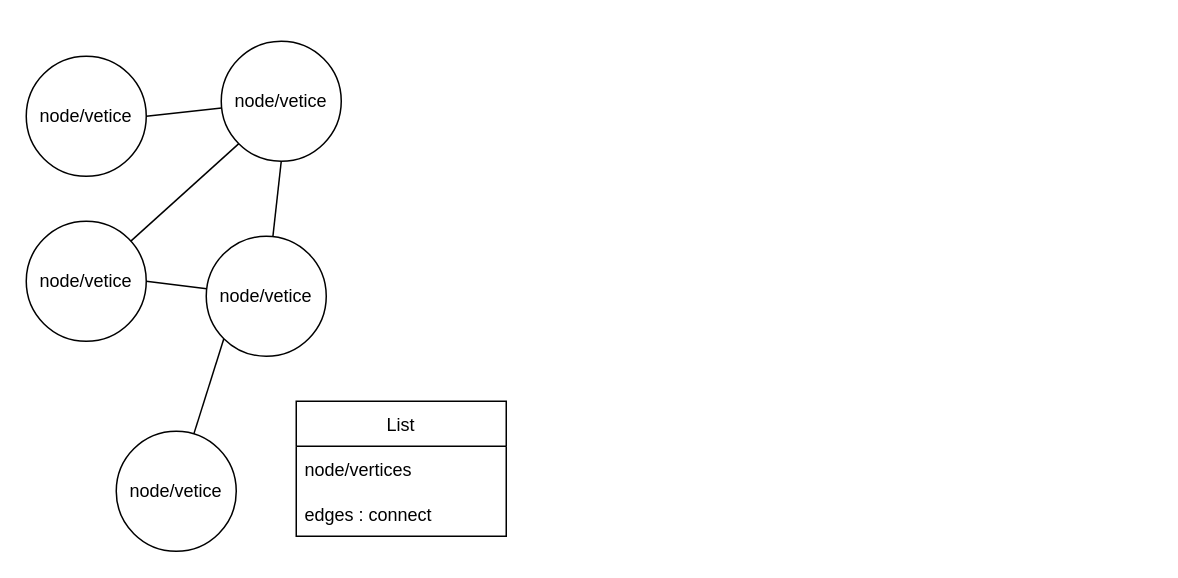
The draw.io diagram concepts/graph/zgraph.dio in owl-birds/ds-algorithm, before the edit. Source tidied: cells renumbered, new cells numbered last; positions are measured from the earlier drawing's top-left corner, leaving out a move shared by most shapes. Both pictures are drawn from the tidied source at 150%, with x=0, y=0 at pixel (26, 40).
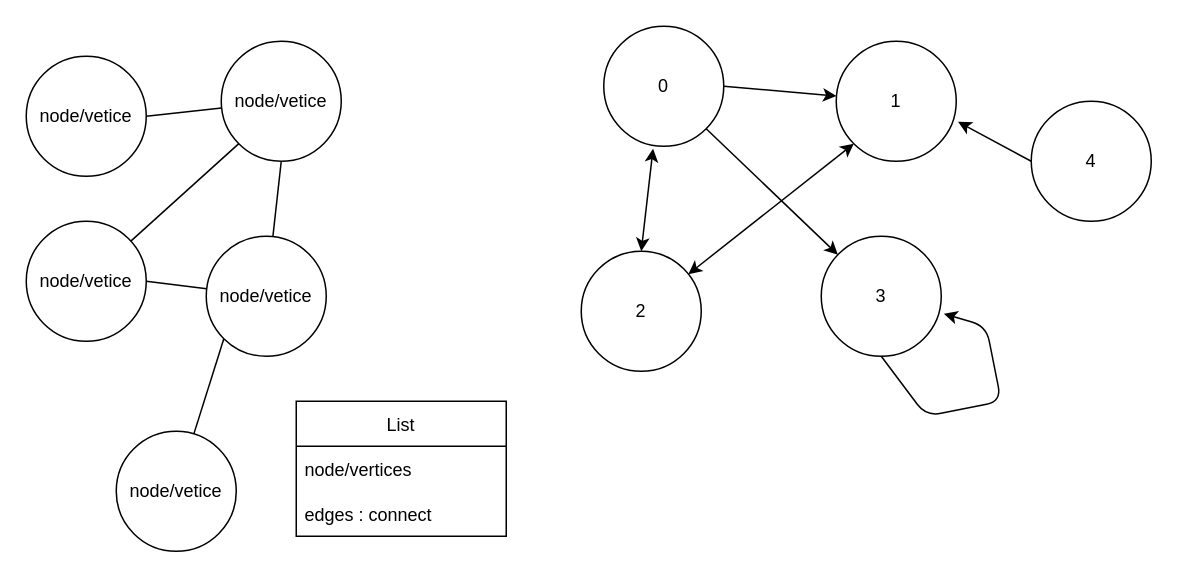
Above is the later version.

Change to the diagram source:
```diff
@@
+    <mxCell id="16" style="edgeStyle=none;html=1;exitX=1;exitY=0.5;exitDx=0;exitDy=0;startArrow=none;startFill=0;" parent="1" edge="1" source="18" target="20">
+      <mxGeometry relative="1" as="geometry" />
+    </mxCell>
+    <mxCell id="17" style="edgeStyle=none;html=1;exitX=1;exitY=1;exitDx=0;exitDy=0;startArrow=none;startFill=0;" parent="1" edge="1" source="18" target="21">
+      <mxGeometry relative="1" as="geometry" />
+    </mxCell>
+    <mxCell id="18" value="0" style="ellipse;whiteSpace=wrap;html=1;" parent="1" vertex="1">
+      <mxGeometry x="385" y="-10" width="80" height="80" as="geometry" />
+    </mxCell>
+    <mxCell id="19" style="edgeStyle=none;html=1;exitX=0;exitY=1;exitDx=0;exitDy=0;startArrow=classic;startFill=1;" parent="1" edge="1" source="20" target="23">
+      <mxGeometry relative="1" as="geometry" />
+    </mxCell>
+    <mxCell id="20" value="1" style="ellipse;whiteSpace=wrap;html=1;" parent="1" vertex="1">
+      <mxGeometry x="540" width="80" height="80" as="geometry" />
+    </mxCell>
+    <mxCell id="21" value="3" style="ellipse;whiteSpace=wrap;html=1;" parent="1" vertex="1">
+      <mxGeometry x="530" y="130" width="80" height="80" as="geometry" />
+    </mxCell>
+    <mxCell id="22" style="edgeStyle=none;html=1;exitX=0.5;exitY=0;exitDx=0;exitDy=0;entryX=0.411;entryY=1.02;entryDx=0;entryDy=0;entryPerimeter=0;startArrow=classic;startFill=1;" parent="1" edge="1" source="23" target="18">
+      <mxGeometry relative="1" as="geometry" />
+    </mxCell>
+    <mxCell id="23" value="2" style="ellipse;whiteSpace=wrap;html=1;" parent="1" vertex="1">
+      <mxGeometry x="370" y="140" width="80" height="80" as="geometry" />
+    </mxCell>
+    <mxCell id="24" style="edgeStyle=none;html=1;exitX=0;exitY=0.5;exitDx=0;exitDy=0;entryX=1.015;entryY=0.671;entryDx=0;entryDy=0;entryPerimeter=0;startArrow=none;startFill=0;" parent="1" edge="1" source="25" target="20">
+      <mxGeometry relative="1" as="geometry" />
+    </mxCell>
+    <mxCell id="25" value="4" style="ellipse;whiteSpace=wrap;html=1;" parent="1" vertex="1">
+      <mxGeometry x="670" y="40" width="80" height="80" as="geometry" />
+    </mxCell>
+    <mxCell id="26" style="edgeStyle=none;html=1;exitX=0.5;exitY=1;exitDx=0;exitDy=0;startArrow=none;startFill=0;entryX=1.022;entryY=0.646;entryDx=0;entryDy=0;entryPerimeter=0;" parent="1" edge="1" source="21" target="21">
+      <mxGeometry relative="1" as="geometry">
+        <Array as="points">
+          <mxPoint x="600" y="250" />
+          <mxPoint x="650" y="240" />
+          <mxPoint x="640" y="190" />
+        </Array>
+      </mxGeometry>
+    </mxCell>
```
